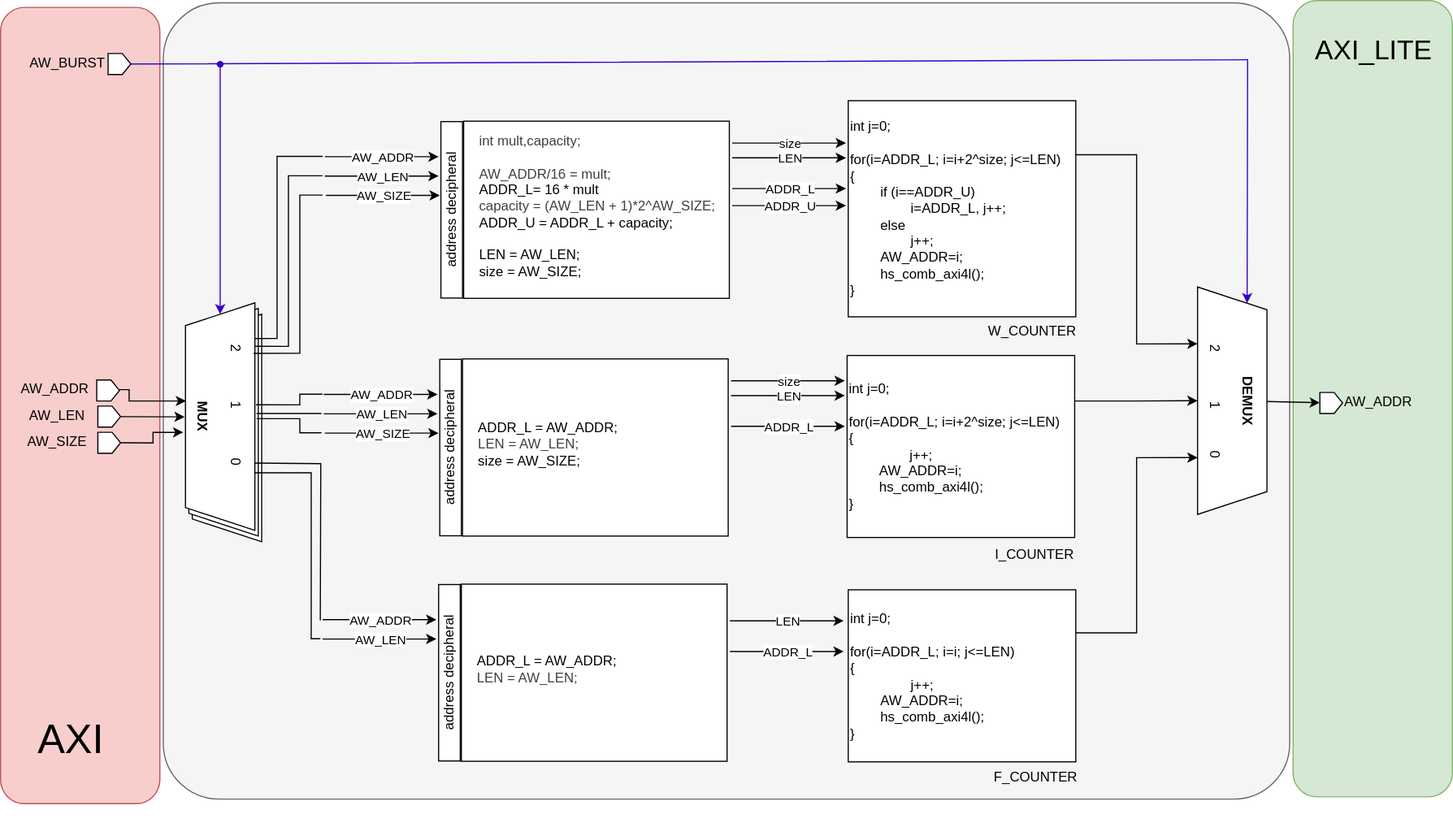
This is document/source/agu_MOTASIM_des.svg from ADN-VLSI/adn_axi, a draw.io export, as it was before one commit. Source tidied: cells renumbered, new cells last; positions are measured from the earlier drawing's top-left corner, leaving out a move shared by most shapes.
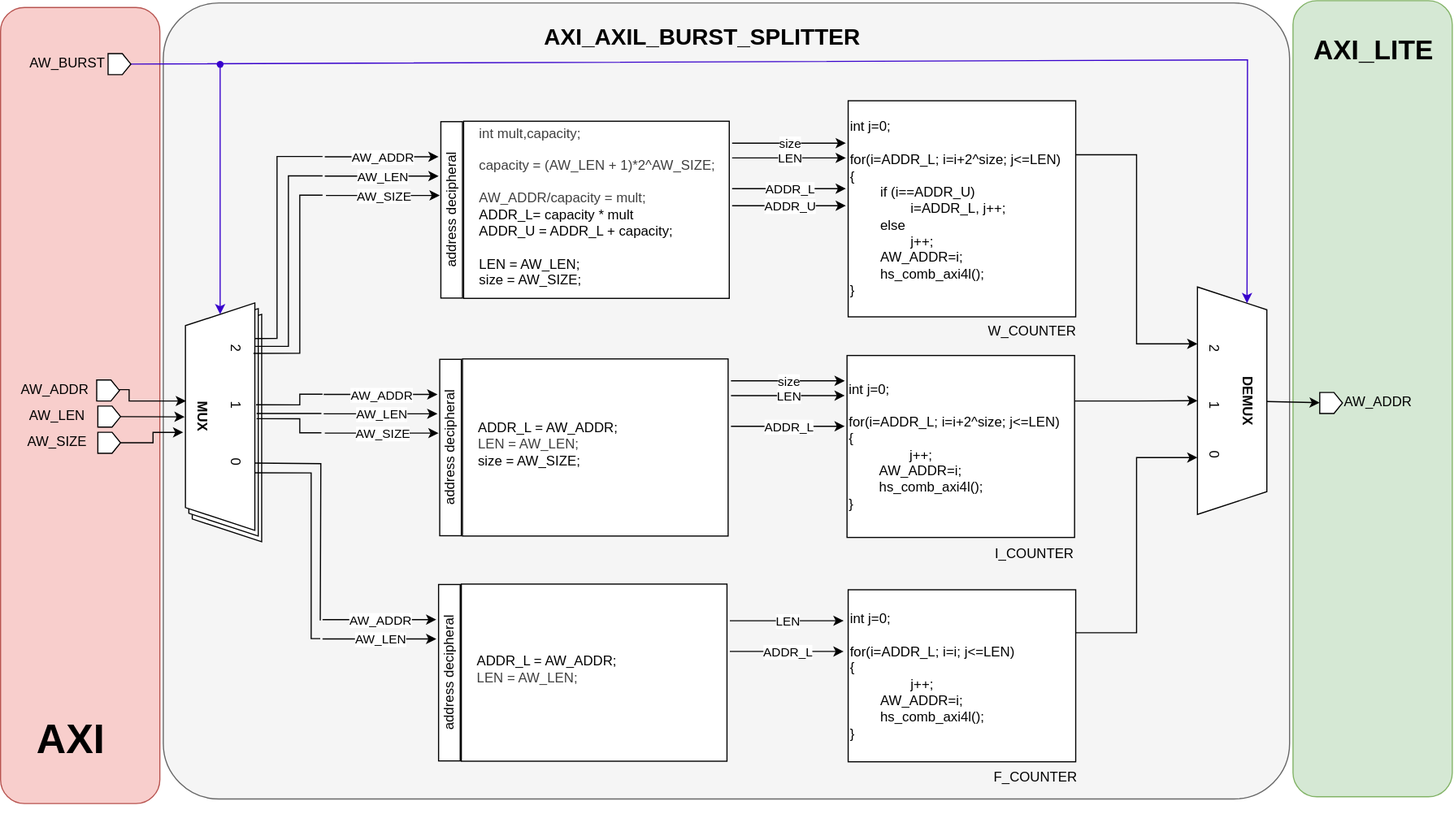
Later version of the same file.

Commit message:
FIXY 	modified:   document/source/agu_MOTASIM_des.svg

Change to the diagram source:
```diff
@@ -238,7 +238,7 @@
     <mxCell id="62" value="address decipheral" style="rounded=0;whiteSpace=wrap;html=1;rotation=-90;" parent="60" vertex="1">
       <mxGeometry x="33.9" y="68.4" width="155.1" height="19" as="geometry" />
     </mxCell>
-    <mxCell id="63" value="&lt;span style=&quot;background-color: light-dark(#ffffff, var(--ge-dark-color, #121212)); color: rgb(63, 63, 63);&quot;&gt;int mult,capacity;&lt;br&gt;&lt;/span&gt;&lt;br&gt;&lt;span style=&quot;background-color: light-dark(#ffffff, var(--ge-dark-color, #121212)); color: rgb(63, 63, 63);&quot;&gt;AW_ADDR/16 = mult;&lt;/span&gt;&lt;div&gt;ADDR_L= 16 * mult&lt;br&gt;&lt;span style=&quot;background-color: light-dark(#ffffff, var(--ge-dark-color, #121212)); color: rgb(63, 63, 63);&quot;&gt;capacity = (AW_LEN + 1)*2^AW_SIZE;&lt;/span&gt;&lt;br&gt;&lt;div&gt;&lt;div&gt;&lt;span style=&quot;background-color: light-dark(#ffffff, var(--ge-dark-color, #121212));&quot;&gt;ADDR_U = ADDR_L + capacity;&lt;/span&gt;&lt;/div&gt;&lt;/div&gt;&lt;/div&gt;&lt;div&gt;&lt;span style=&quot;background-color: light-dark(#ffffff, var(--ge-dark-color, #121212));&quot;&gt;&lt;br&gt;&lt;/span&gt;&lt;/div&gt;&lt;div&gt;&lt;span style=&quot;background-color: light-dark(#ffffff, var(--ge-dark-color, #121212));&quot;&gt;LEN = AW_LEN;&lt;br&gt;size = AW_SIZE;&lt;/span&gt;&lt;/div&gt;" style="rounded=0;whiteSpace=wrap;html=1;align=left;strokeColor=none;fillColor=none;" parent="60" vertex="1">
+    <mxCell id="63" value="&lt;span style=&quot;background-color: light-dark(#ffffff, var(--ge-dark-color, #121212)); color: rgb(63, 63, 63);&quot;&gt;int mult,capacity;&lt;br&gt;&lt;/span&gt;&lt;span style=&quot;color: rgb(63, 63, 63); background-color: rgb(255, 255, 255);&quot;&gt;&lt;br&gt;&lt;/span&gt;&lt;div&gt;&lt;span style=&quot;color: rgb(63, 63, 63); background-color: rgb(255, 255, 255);&quot;&gt;capacity = (AW_LEN + 1)*2^AW_SIZE;&lt;/span&gt;&lt;br&gt;&lt;span style=&quot;background-color: light-dark(#ffffff, var(--ge-dark-color, #121212)); color: rgb(63, 63, 63);&quot;&gt;&lt;br&gt;&lt;/span&gt;&lt;/div&gt;&lt;div&gt;&lt;span style=&quot;background-color: light-dark(#ffffff, var(--ge-dark-color, #121212)); color: rgb(63, 63, 63);&quot;&gt;AW_ADDR/capacity = mult;&lt;/span&gt;&lt;div&gt;ADDR_L= capacity * mult&lt;br&gt;&lt;div&gt;&lt;div&gt;&lt;span style=&quot;background-color: light-dark(#ffffff, var(--ge-dark-color, #121212));&quot;&gt;ADDR_U = ADDR_L + capacity;&lt;/span&gt;&lt;/div&gt;&lt;/div&gt;&lt;/div&gt;&lt;div&gt;&lt;span style=&quot;background-color: light-dark(#ffffff, var(--ge-dark-color, #121212));&quot;&gt;&lt;br&gt;&lt;/span&gt;&lt;/div&gt;&lt;div&gt;&lt;span style=&quot;background-color: light-dark(#ffffff, var(--ge-dark-color, #121212));&quot;&gt;LEN = AW_LEN;&lt;br&gt;size = AW_SIZE;&lt;/span&gt;&lt;/div&gt;&lt;/div&gt;" style="rounded=0;whiteSpace=wrap;html=1;align=left;strokeColor=none;fillColor=none;" parent="60" vertex="1">
       <mxGeometry x="134" y="0.3" width="217" height="149" as="geometry" />
     </mxCell>
     <mxCell id="64" style="endArrow=classic;html=1;" parent="60" edge="1">
@@ -416,11 +416,14 @@
     <mxCell id="101" value="W_COUNTER" style="text;html=1;align=center;verticalAlign=middle;whiteSpace=wrap;rounded=0;" parent="99" vertex="1">
       <mxGeometry x="136.1" y="188" width="52.2" height="30" as="geometry" />
     </mxCell>
-    <mxCell id="102" value="&lt;font style=&quot;font-size: 36px;&quot;&gt;AXI&lt;/font&gt;" style="text;html=1;align=center;verticalAlign=middle;whiteSpace=wrap;rounded=0;" parent="1" vertex="1">
+    <mxCell id="102" value="&lt;font style=&quot;font-size: 36px;&quot;&gt;&lt;b&gt;AXI&lt;/b&gt;&lt;/font&gt;" style="text;html=1;align=center;verticalAlign=middle;whiteSpace=wrap;rounded=0;" parent="1" vertex="1">
       <mxGeometry x="32" y="634" width="60" height="30" as="geometry" />
     </mxCell>
-    <mxCell id="103" value="&lt;font style=&quot;font-size: 24px;&quot;&gt;AXI_LITE&lt;/font&gt;" style="text;html=1;align=center;verticalAlign=middle;whiteSpace=wrap;rounded=0;" parent="1" vertex="1">
+    <mxCell id="103" value="&lt;font style=&quot;font-size: 24px;&quot;&gt;&lt;b&gt;AXI_LITE&lt;/b&gt;&lt;/font&gt;" style="text;html=1;align=center;verticalAlign=middle;whiteSpace=wrap;rounded=0;" parent="1" vertex="1">
       <mxGeometry x="1177" y="29" width="60" height="30" as="geometry" />
     </mxCell>
+    <mxCell id="104" value="&lt;font style=&quot;font-size: 20px;&quot;&gt;&lt;b style=&quot;&quot;&gt;AXI_AXIL_BURST_SPLITTER&lt;/b&gt;&lt;/font&gt;" style="text;html=1;align=center;verticalAlign=middle;whiteSpace=wrap;rounded=0;" parent="1" vertex="1">
+      <mxGeometry x="587" y="16" width="60" height="30" as="geometry" />
+    </mxCell>
   </root>
 </mxGraphModel>
```
